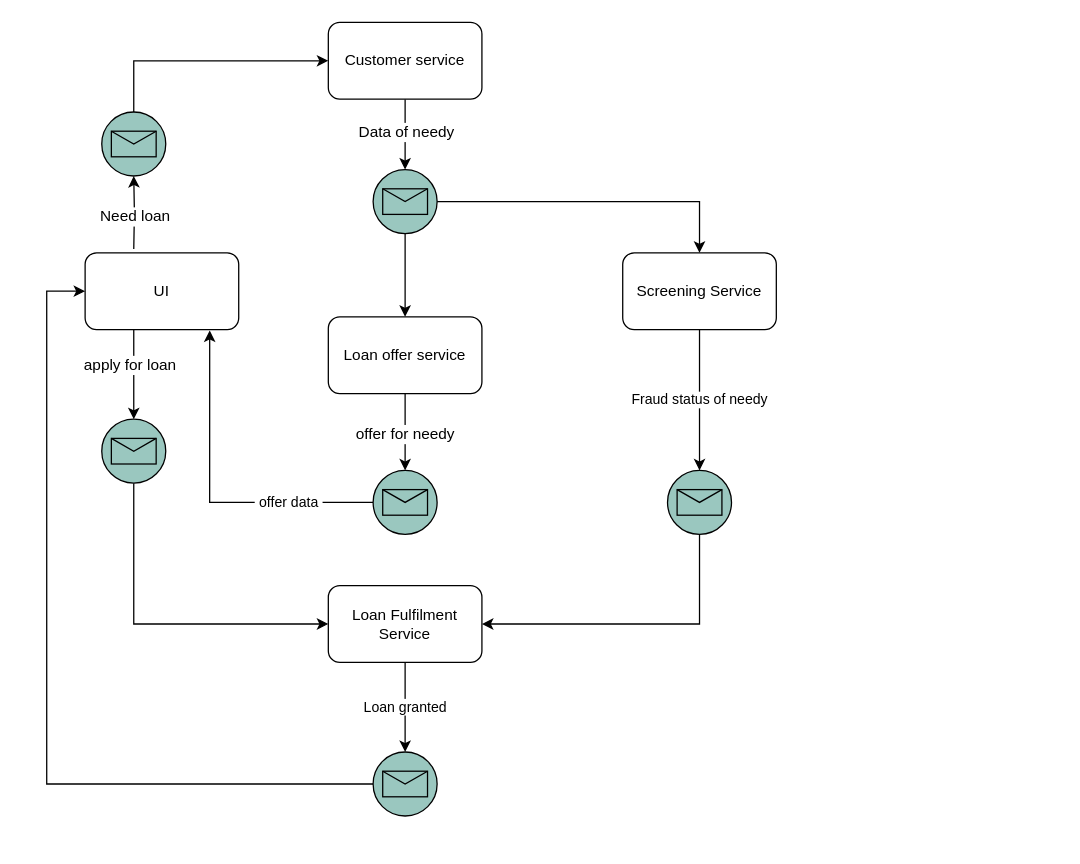
The draw.io diagram docs/LoanFulfilment.drawio in loanfulfilment/commons, before the edit. Source tidied: cells renumbered, new cells numbered last; positions are measured from the earlier drawing's top-left corner, leaving out a move shared by most shapes. Both pictures are drawn from the tidied source at 128%, with x=0, y=0 at pixel (46, 22).
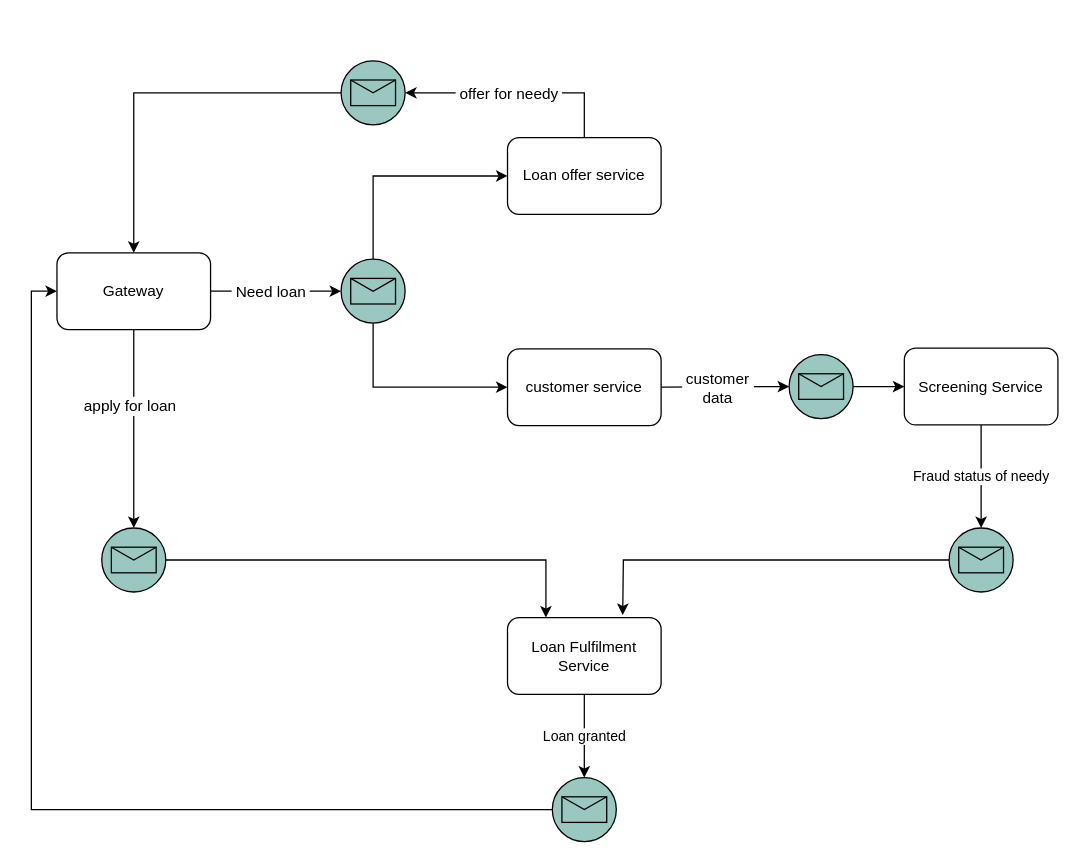
Above is the later version.

Diff of the diagram source:
```diff
@@
-    <mxCell id="2" style="edgeStyle=orthogonalEdgeStyle;rounded=0;jettySize=auto;html=1;entryX=0.5;entryY=0;entryDx=0;entryDy=0;" parent="1" edge="1" source="4" target="21">
-      <mxGeometry relative="1" as="geometry" />
-    </mxCell>
-    <mxCell id="3" value="Data of needy" style="text;html=1;align=center;verticalAlign=middle;labelBackgroundColor=#ffffff;" parent="2" vertex="1">
-      <mxGeometry x="-0.09" relative="1" as="geometry" />
-    </mxCell>
+    <mxCell id="30" style="edgeStyle=orthogonalEdgeStyle;rounded=0;jettySize=auto;html=1;entryX=1;entryY=0.5;entryDx=0;entryDy=0;exitX=0.5;exitY=0;exitDx=0;exitDy=0;" parent="1" edge="1" source="4" target="23">
+      <mxGeometry relative="1" as="geometry" />
+    </mxCell>
+    <mxCell id="11" value="&amp;nbsp;offer for needy&amp;nbsp;" style="text;html=1;align=center;verticalAlign=middle;labelBackgroundColor=#ffffff;" parent="30" vertex="1">
+      <mxGeometry x="0.31" relative="1" as="geometry">
+        <mxPoint x="20.5" y="0.5" as="offset" />
+      </mxGeometry>
+    </mxCell>
-    <mxCell id="4" value="Customer service" style="rounded=1;whiteSpace=wrap;html=1;" parent="1" vertex="1">
-      <mxGeometry x="220" width="120" height="60" as="geometry" />
+    <mxCell id="4" value="Loan offer service" style="rounded=1;whiteSpace=wrap;html=1;" parent="1" vertex="1">
+      <mxGeometry x="360" y="90" width="120" height="60" as="geometry" />
     </mxCell>
-    <mxCell id="5" style="edgeStyle=orthogonalEdgeStyle;rounded=0;jettySize=auto;html=1;entryX=0.5;entryY=1;entryDx=0;entryDy=0;" parent="1" edge="1" target="18">
-      <mxGeometry relative="1" as="geometry">
-        <mxPoint x="68" y="177" as="sourcePoint" />
-      </mxGeometry>
+    <mxCell id="5" style="edgeStyle=orthogonalEdgeStyle;rounded=0;jettySize=auto;html=1;entryX=0;entryY=0.5;entryDx=0;entryDy=0;" parent="1" edge="1" source="9" target="18">
+      <mxGeometry relative="1" as="geometry" />
     </mxCell>
-    <mxCell id="6" value="Need loan" style="text;html=1;align=center;verticalAlign=middle;labelBackgroundColor=#ffffff;" parent="5" vertex="1">
+    <mxCell id="6" value="&amp;nbsp;Need loan&amp;nbsp;" style="text;html=1;align=center;verticalAlign=middle;labelBackgroundColor=#ffffff;" parent="5" vertex="1">
       <mxGeometry x="-0.09" relative="1" as="geometry" />
     </mxCell>
@@
-    <mxCell id="9" value="UI" style="rounded=1;whiteSpace=wrap;html=1;" parent="1" vertex="1">
-      <mxGeometry x="30" y="180" width="120" height="60" as="geometry" />
+    <mxCell id="9" value="Gateway" style="rounded=1;whiteSpace=wrap;html=1;" parent="1" vertex="1">
+      <mxGeometry x="8" y="180" width="120" height="60" as="geometry" />
     </mxCell>
-    <mxCell id="10" style="edgeStyle=orthogonalEdgeStyle;rounded=0;jettySize=auto;html=1;" parent="1" edge="1" source="12" target="23">
-      <mxGeometry relative="1" as="geometry" />
-    </mxCell>
-    <mxCell id="11" value="offer for needy" style="text;html=1;align=center;verticalAlign=middle;labelBackgroundColor=#ffffff;" parent="10" vertex="1">
-      <mxGeometry x="0.03" y="-1" relative="1" as="geometry" />
-    </mxCell>
-    <mxCell id="12" value="Loan offer service" style="rounded=1;whiteSpace=wrap;html=1;" parent="1" vertex="1">
-      <mxGeometry x="220" y="230" width="120" height="60" as="geometry" />
+    <mxCell id="12" value="customer service" style="rounded=1;whiteSpace=wrap;html=1;" parent="1" vertex="1">
+      <mxGeometry x="360" y="255" width="120" height="60" as="geometry" />
     </mxCell>
@@
     <mxCell id="14" value="Screening Service" style="rounded=1;whiteSpace=wrap;html=1;" parent="1" vertex="1">
-      <mxGeometry x="450" y="180" width="120" height="60" as="geometry" />
+      <mxGeometry x="670" y="254.5" width="120" height="60" as="geometry" />
     </mxCell>
@@
     <mxCell id="16" value="Loan Fulfilment &lt;br&gt;Service" style="rounded=1;whiteSpace=wrap;html=1;" parent="1" vertex="1">
-      <mxGeometry x="220" y="440" width="120" height="60" as="geometry" />
+      <mxGeometry x="360" y="465" width="120" height="60" as="geometry" />
     </mxCell>
@@
+    <mxCell id="31" style="edgeStyle=orthogonalEdgeStyle;rounded=0;jettySize=auto;html=1;entryX=0;entryY=0.5;entryDx=0;entryDy=0;exitX=0.5;exitY=1;exitDx=0;exitDy=0;" parent="1" edge="1" source="18" target="12">
+      <mxGeometry relative="1" as="geometry" />
+    </mxCell>
     <mxCell id="18" style="shape=mxgraph.bpmn.shape;html=1;verticalLabelPosition=bottom;labelBackgroundColor=#ffffff;verticalAlign=top;align=center;perimeter=ellipsePerimeter;outlineConnect=0;outline=standard;symbol=message;fillColor=#9AC7BF;" parent="1" vertex="1">
-      <mxGeometry x="43" y="70" width="50" height="50" as="geometry" />
+      <mxGeometry x="230" y="185" width="50" height="50" as="geometry" />
     </mxCell>
-    <mxCell id="19" style="edgeStyle=orthogonalEdgeStyle;rounded=0;jettySize=auto;html=1;" parent="1" edge="1" source="21" target="12">
-      <mxGeometry relative="1" as="geometry" />
-    </mxCell>
-    <mxCell id="20" style="edgeStyle=orthogonalEdgeStyle;rounded=0;jettySize=auto;html=1;" parent="1" edge="1" source="21">
-      <mxGeometry relative="1" as="geometry">
-        <mxPoint x="510" y="180" as="targetPoint" />
-        <Array as="points">
-          <mxPoint x="510" y="140" />
-        </Array>
-      </mxGeometry>
+    <mxCell id="20" style="edgeStyle=orthogonalEdgeStyle;rounded=0;jettySize=auto;html=1;exitX=1;exitY=0.5;exitDx=0;exitDy=0;entryX=0;entryY=0.5;entryDx=0;entryDy=0;" parent="1" edge="1" source="32" target="14">
+      <mxGeometry relative="1" as="geometry" />
     </mxCell>
-    <mxCell id="21" style="shape=mxgraph.bpmn.shape;html=1;verticalLabelPosition=bottom;labelBackgroundColor=#ffffff;verticalAlign=top;align=center;perimeter=ellipsePerimeter;outlineConnect=0;outline=standard;symbol=message;fillColor=#9AC7BF;" parent="1" vertex="1">
-      <mxGeometry x="255" y="115" width="50" height="50" as="geometry" />
-    </mxCell>
-    <mxCell id="22" value="&amp;nbsp;offer data&amp;nbsp;" style="edgeStyle=orthogonalEdgeStyle;rounded=0;jettySize=auto;html=1;entryX=0.811;entryY=1.011;entryDx=0;entryDy=0;entryPerimeter=0;" parent="1" edge="1" source="23" target="9">
+    <mxCell id="22" style="edgeStyle=orthogonalEdgeStyle;rounded=0;jettySize=auto;html=1;entryX=0.5;entryY=0;entryDx=0;entryDy=0;" parent="1" edge="1" source="23" target="9">
       <mxGeometry x="-0.5" relative="1" as="geometry" />
     </mxCell>
     <mxCell id="23" style="shape=mxgraph.bpmn.shape;html=1;verticalLabelPosition=bottom;labelBackgroundColor=#ffffff;verticalAlign=top;align=center;perimeter=ellipsePerimeter;outlineConnect=0;outline=standard;symbol=message;fillColor=#9AC7BF;" parent="1" vertex="1">
-      <mxGeometry x="255" y="350" width="50" height="50" as="geometry" />
+      <mxGeometry x="230" y="30" width="50" height="50" as="geometry" />
     </mxCell>
-    <mxCell id="24" style="edgeStyle=orthogonalEdgeStyle;rounded=0;jettySize=auto;html=1;entryX=1;entryY=0.5;entryDx=0;entryDy=0;exitX=0.5;exitY=1;exitDx=0;exitDy=0;" parent="1" edge="1" source="25" target="16">
-      <mxGeometry relative="1" as="geometry" />
+    <mxCell id="24" style="edgeStyle=orthogonalEdgeStyle;rounded=0;jettySize=auto;html=1;exitX=0;exitY=0.5;exitDx=0;exitDy=0;" parent="1" edge="1" source="25">
+      <mxGeometry relative="1" as="geometry">
+        <mxPoint x="450" y="463" as="targetPoint" />
+      </mxGeometry>
     </mxCell>
     <mxCell id="25" style="shape=mxgraph.bpmn.shape;html=1;verticalLabelPosition=bottom;labelBackgroundColor=#ffffff;verticalAlign=top;align=center;perimeter=ellipsePerimeter;outlineConnect=0;outline=standard;symbol=message;fillColor=#9AC7BF;" parent="1" vertex="1">
-      <mxGeometry x="485" y="350" width="50" height="50" as="geometry" />
+      <mxGeometry x="705" y="395" width="50" height="50" as="geometry" />
     </mxCell>
-    <mxCell id="26" style="edgeStyle=orthogonalEdgeStyle;rounded=0;jettySize=auto;html=1;entryX=0;entryY=0.5;entryDx=0;entryDy=0;exitX=0.5;exitY=1;exitDx=0;exitDy=0;" parent="1" edge="1" source="27" target="16">
+    <mxCell id="26" style="edgeStyle=orthogonalEdgeStyle;rounded=0;jettySize=auto;html=1;entryX=0.25;entryY=0;entryDx=0;entryDy=0;exitX=1;exitY=0.5;exitDx=0;exitDy=0;" parent="1" edge="1" source="27" target="16">
       <mxGeometry relative="1" as="geometry" />
     </mxCell>
     <mxCell id="27" style="shape=mxgraph.bpmn.shape;html=1;verticalLabelPosition=bottom;labelBackgroundColor=#ffffff;verticalAlign=top;align=center;perimeter=ellipsePerimeter;outlineConnect=0;outline=standard;symbol=message;fillColor=#9AC7BF;" parent="1" vertex="1">
-      <mxGeometry x="43" y="310" width="50" height="50" as="geometry" />
+      <mxGeometry x="43" y="395" width="50" height="50" as="geometry" />
     </mxCell>
     <mxCell id="28" style="edgeStyle=orthogonalEdgeStyle;rounded=0;jettySize=auto;html=1;entryX=0;entryY=0.5;entryDx=0;entryDy=0;" parent="1" edge="1" source="29" target="9">
-      <mxGeometry relative="1" as="geometry">
-        <Array as="points">
-          <mxPoint y="595" />
-          <mxPoint y="210" />
-        </Array>
-      </mxGeometry>
+      <mxGeometry relative="1" as="geometry" />
     </mxCell>
     <mxCell id="29" style="shape=mxgraph.bpmn.shape;html=1;verticalLabelPosition=bottom;labelBackgroundColor=#ffffff;verticalAlign=top;align=center;perimeter=ellipsePerimeter;outlineConnect=0;outline=standard;symbol=message;fillColor=#9AC7BF;" parent="1" vertex="1">
-      <mxGeometry x="255" y="570" width="50" height="50" as="geometry" />
+      <mxGeometry x="395" y="590" width="50" height="50" as="geometry" />
     </mxCell>
+    <mxCell id="32" style="shape=mxgraph.bpmn.shape;html=1;verticalLabelPosition=bottom;labelBackgroundColor=#ffffff;verticalAlign=top;align=center;perimeter=ellipsePerimeter;outlineConnect=0;outline=standard;symbol=message;fillColor=#9AC7BF;" parent="1" vertex="1">
+      <mxGeometry x="580" y="259.5" width="50" height="50" as="geometry" />
+    </mxCell>
+    <mxCell id="33" style="edgeStyle=orthogonalEdgeStyle;rounded=0;jettySize=auto;html=1;exitX=1;exitY=0.5;exitDx=0;exitDy=0;entryX=0;entryY=0.5;entryDx=0;entryDy=0;" parent="1" edge="1" source="12" target="32">
+      <mxGeometry relative="1" as="geometry">
+        <Array as="points">
+          <mxPoint x="480" y="284" />
+        </Array>
+      </mxGeometry>
+    </mxCell>
+    <mxCell id="34" value="&amp;nbsp;customer&amp;nbsp;&lt;br&gt;data" style="text;html=1;align=center;verticalAlign=middle;labelBackgroundColor=#ffffff;" parent="33" vertex="1">
+      <mxGeometry x="-0.25" y="-1" relative="1" as="geometry">
+        <mxPoint x="5" as="offset" />
+      </mxGeometry>
+    </mxCell>
```
